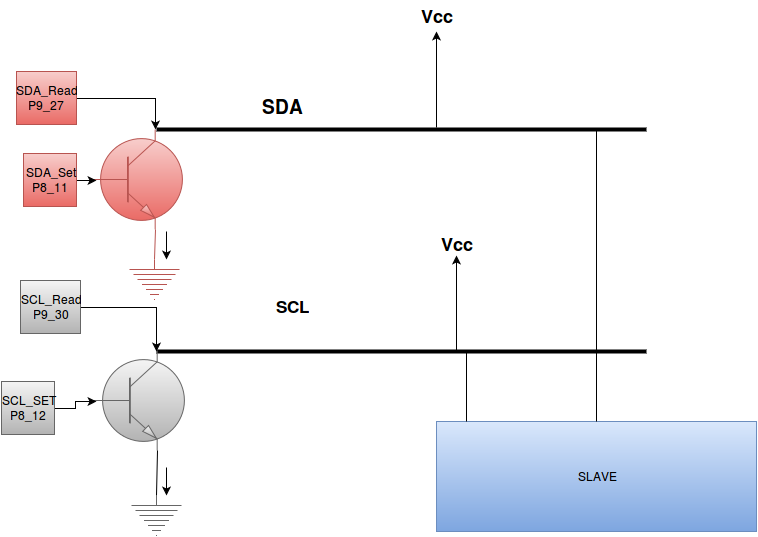
This is Way_to_wire_up_i2c.png from chanakya-vc/GSOC_DRIVER_IMG, a draw.io export, as it was before one commit. Source tidied: cells renumbered, new cells last; positions are measured from the earlier drawing's top-left corner, leaving out a move shared by most shapes.
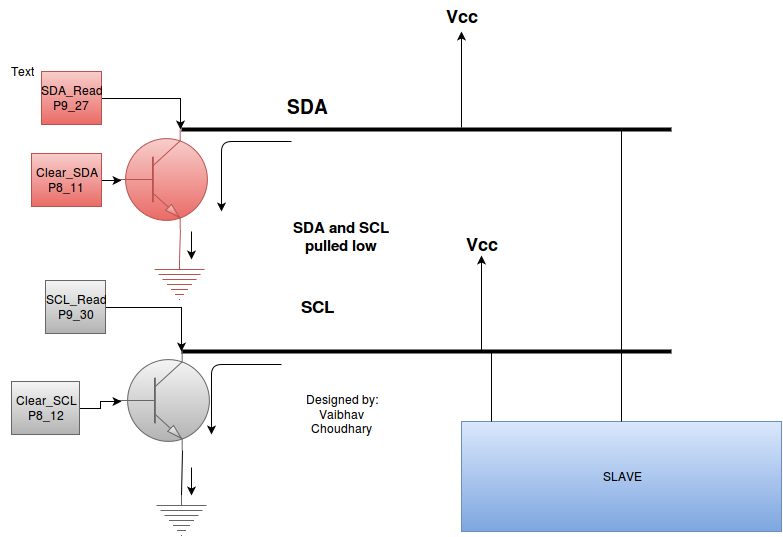
The same diagram one commit later.

Commit message:
Added shematic for i2c_clear

Diff of the diagram source:
```diff
@@ -62,8 +62,8 @@
         <mxPoint x="95" y="179" as="targetPoint" />
       </mxGeometry>
     </mxCell>
-    <mxCell id="19" value="SDA_Set&lt;br&gt;P8_11&lt;br&gt;" style="whiteSpace=wrap;html=1;plain-red;" parent="1" vertex="1">
-      <mxGeometry x="22" y="152" width="53" height="53" as="geometry" />
+    <mxCell id="19" value="Clear_SDA&lt;br&gt;P8_11&lt;br&gt;" style="whiteSpace=wrap;html=1;plain-red;" parent="1" vertex="1">
+      <mxGeometry x="5" y="152" width="70" height="53" as="geometry" />
     </mxCell>
     <mxCell id="20" style="edgeStyle=orthogonalEdgeStyle;rounded=0;html=1;exitX=1;exitY=0.5;entryX=0.7;entryY=0;entryPerimeter=0;jettySize=auto;" parent="1" edge="1" source="21" target="10">
       <mxGeometry relative="1" as="geometry" />
@@ -84,8 +84,8 @@
         <mxPoint x="95" y="400" as="targetPoint" />
       </mxGeometry>
     </mxCell>
-    <mxCell id="25" value="SCL_SET&lt;br&gt;P8_12&lt;br&gt;" style="whiteSpace=wrap;html=1;plain-gray;" parent="1" vertex="1">
-      <mxGeometry y="380" width="53" height="53" as="geometry" />
+    <mxCell id="25" value="Clear_SCL&lt;br&gt;P8_12&lt;br&gt;" style="whiteSpace=wrap;html=1;plain-gray;" parent="1" vertex="1">
+      <mxGeometry x="-15" y="380" width="68" height="53" as="geometry" />
     </mxCell>
     <mxCell id="26" style="endArrow=classic;html=1;" parent="1" edge="1">
       <mxGeometry x="200" y="260" as="geometry">
@@ -110,5 +110,26 @@
         <mxPoint x="455" y="254" as="targetPoint" />
       </mxGeometry>
     </mxCell>
+    <mxCell id="31" style="edgeStyle=segmentEdgeStyle;endArrow=classic;html=1;" parent="1" edge="1">
+      <mxGeometry relative="1" as="geometry">
+        <mxPoint x="265" y="140" as="sourcePoint" />
+        <mxPoint x="195" y="210" as="targetPoint" />
+      </mxGeometry>
+    </mxCell>
+    <mxCell id="32" style="edgeStyle=segmentEdgeStyle;endArrow=classic;html=1;" parent="1" edge="1">
+      <mxGeometry x="220" y="393" as="geometry">
+        <mxPoint x="255" y="363" as="sourcePoint" />
+        <mxPoint x="185" y="433" as="targetPoint" />
+      </mxGeometry>
+    </mxCell>
+    <mxCell id="33" value="Text" style="text;html=1;strokeColor=none;fillColor=none;align=center;verticalAlign=middle;whiteSpace=wrap;overflow=hidden;" parent="1" vertex="1">
+      <mxGeometry x="-25" y="60" width="40" height="20" as="geometry" />
+    </mxCell>
+    <mxCell id="34" value="&lt;b&gt;&lt;font style=&quot;font-size: 15px&quot;&gt;SDA and SCL pulled low&lt;br&gt;&lt;/font&gt;&lt;/b&gt;" style="text;html=1;strokeColor=none;fillColor=none;align=center;verticalAlign=middle;whiteSpace=wrap;overflow=hidden;" parent="1" vertex="1">
+      <mxGeometry x="255" y="190" width="120" height="90" as="geometry" />
+    </mxCell>
+    <mxCell id="35" value="Designed by:&lt;br&gt;Vaibhav &lt;br&gt;Choudhary&lt;br&gt;" style="text;html=1;strokeColor=none;fillColor=none;align=center;verticalAlign=middle;whiteSpace=wrap;overflow=hidden;" parent="1" vertex="1">
+      <mxGeometry x="275" y="382" width="80" height="60" as="geometry" />
+    </mxCell>
   </root>
 </mxGraphModel>
```
